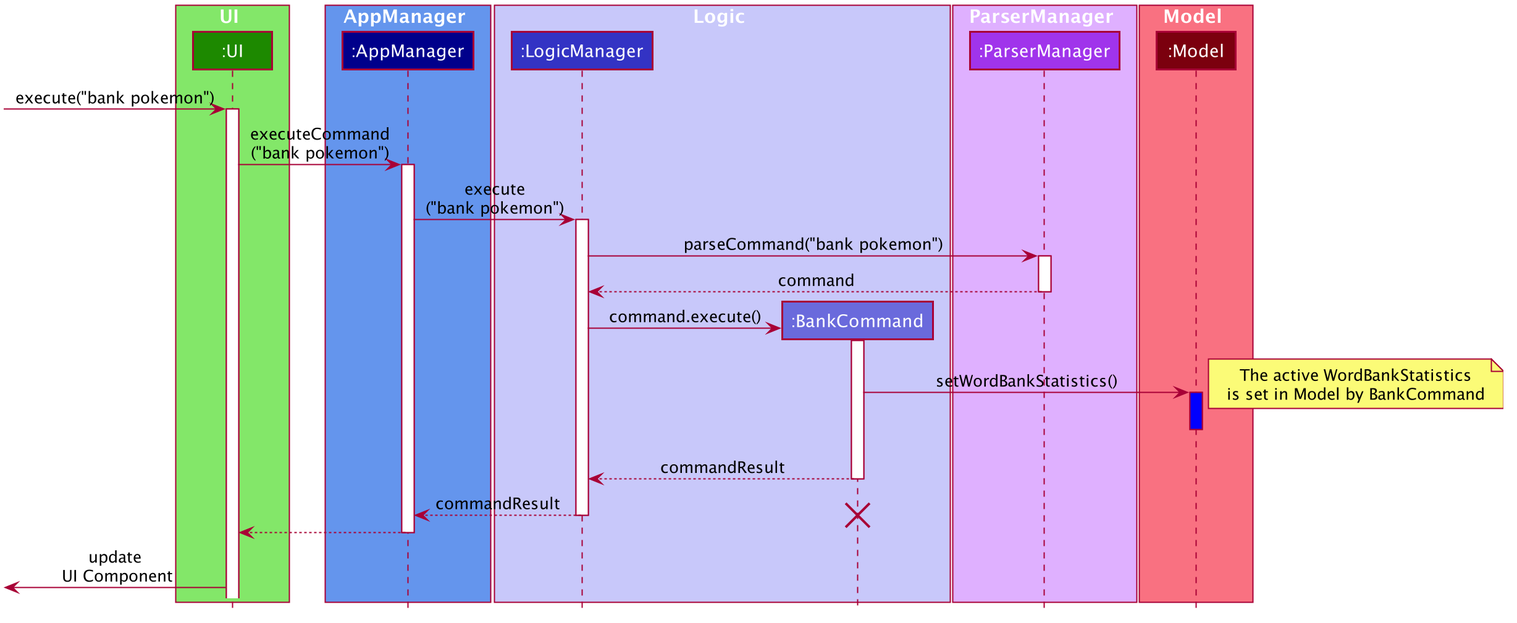
The PlantUML diagram docs/images/SelectWordBankStatisticsSequenceDiagram.png in nus-cs2103-AY1920S1/addressbook-level3, before a commit. Its source is kept beside it as docs/diagrams/SelectWordBankStatisticsSequenceDiagram.puml. Its diagram source:
```plantuml
@startuml
!include style.puml

box UI UI_COLOR_T1
participant ":UI" as UI UI_COLOR
end box

box AppManager APPMANAGER_COLOR_T1
participant ":AppManager" as AppManager APPMANAGER_COLOR
end box

box Logic LOGIC_COLOR_T1
participant ":LogicManager" as LogicManager LOGIC_COLOR
participant ":BankCommand" as BankCommand LOGIC_COLOR_T2
end box

box ParserManager PARSERMANAGER_COLOR_T1
participant ":ParserManager" as ParserManager PARSERMANAGER_COLOR
end box

box Model MODEL_COLOR_T1
participant ":Model" as Model MODEL_COLOR_T3
end box


[-> UI : execute("bank pokemon")
activate UI

UI -> AppManager : executeCommand\n("bank pokemon")
activate AppManager

AppManager -> LogicManager : execute\n("bank pokemon")
activate LogicManager

LogicManager -> ParserManager : parseCommand("bank pokemon")
activate ParserManager

ParserManager --> LogicManager: command
deactivate ParserManager

create BankCommand
LogicManager -> BankCommand : command.execute()
activate BankCommand

BankCommand -> Model : setWordBankStatistics()
activate Model #blue
note right: The active WordBankStatistics\nis set in Model by BankCommand
deactivate Model

BankCommand --> LogicManager: commandResult
deactivate BankCommand

LogicManager --> AppManager: commandResult
destroy BankCommand
deactivate LogicManager
AppManager --> UI
deactivate AppManager


deactivate AppManager

[<- UI : update\n UI Component


@enduml
```
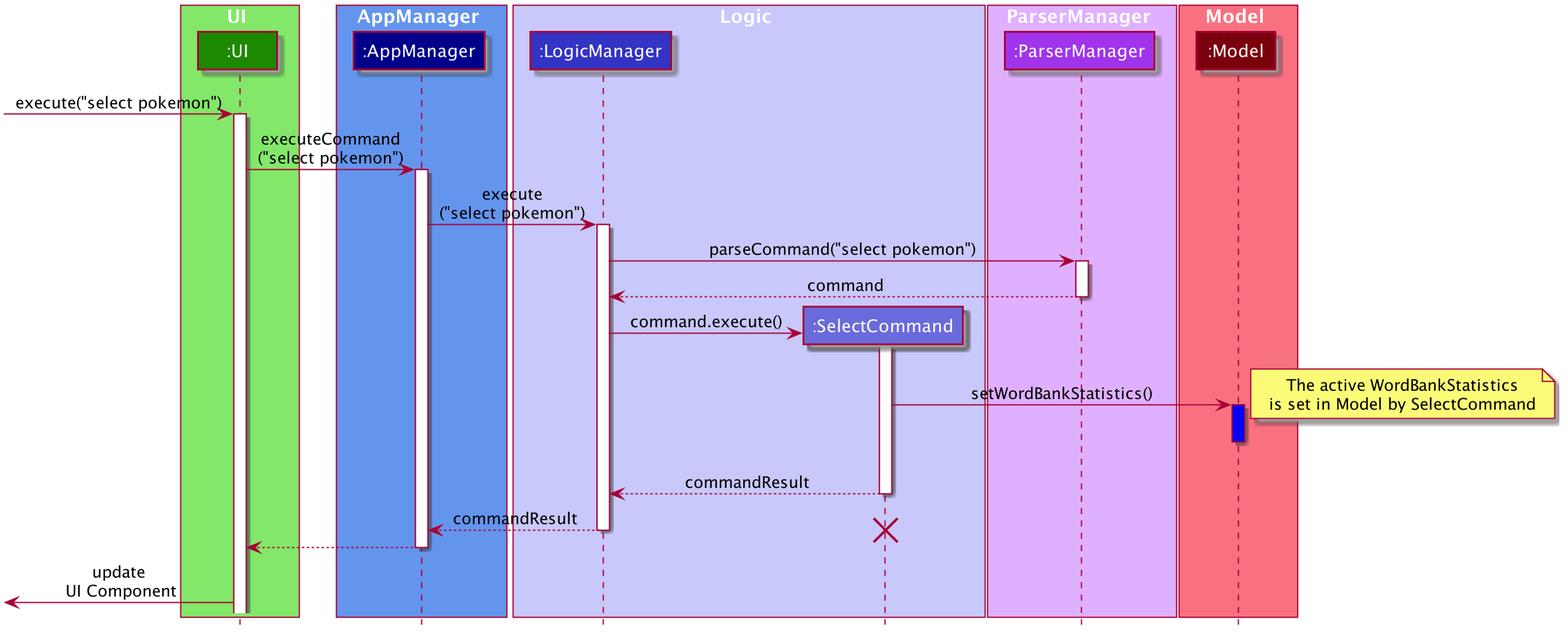
After the commit.

Commit message:
Change bank to select

Diff of the diagram source:
```diff
@@ -11,7 +11,7 @@
 
 box Logic LOGIC_COLOR_T1
 participant ":LogicManager" as LogicManager LOGIC_COLOR
-participant ":BankCommand" as BankCommand LOGIC_COLOR_T2
+participant ":SelectCommand" as SelectCommand LOGIC_COLOR_T2
 end box
 
 box ParserManager PARSERMANAGER_COLOR_T1
@@ -23,35 +23,35 @@
 end box
 
 
-[-> UI : execute("bank pokemon")
+[-> UI : execute("select pokemon")
 activate UI
 
-UI -> AppManager : executeCommand\n("bank pokemon")
+UI -> AppManager : executeCommand\n("select pokemon")
 activate AppManager
 
-AppManager -> LogicManager : execute\n("bank pokemon")
+AppManager -> LogicManager : execute\n("select pokemon")
 activate LogicManager
 
-LogicManager -> ParserManager : parseCommand("bank pokemon")
+LogicManager -> ParserManager : parseCommand("select pokemon")
 activate ParserManager
 
 ParserManager --> LogicManager: command
 deactivate ParserManager
 
-create BankCommand
-LogicManager -> BankCommand : command.execute()
-activate BankCommand
+create SelectCommand
+LogicManager -> SelectCommand : command.execute()
+activate SelectCommand
 
-BankCommand -> Model : setWordBankStatistics()
+SelectCommand -> Model : setWordBankStatistics()
 activate Model #blue
-note right: The active WordBankStatistics\nis set in Model by BankCommand
+note right: The active WordBankStatistics\nis set in Model by SelectCommand
 deactivate Model
 
-BankCommand --> LogicManager: commandResult
-deactivate BankCommand
+SelectCommand --> LogicManager: commandResult
+deactivate SelectCommand
 
 LogicManager --> AppManager: commandResult
-destroy BankCommand
+destroy SelectCommand
 deactivate LogicManager
 AppManager --> UI
 deactivate AppManager
```
